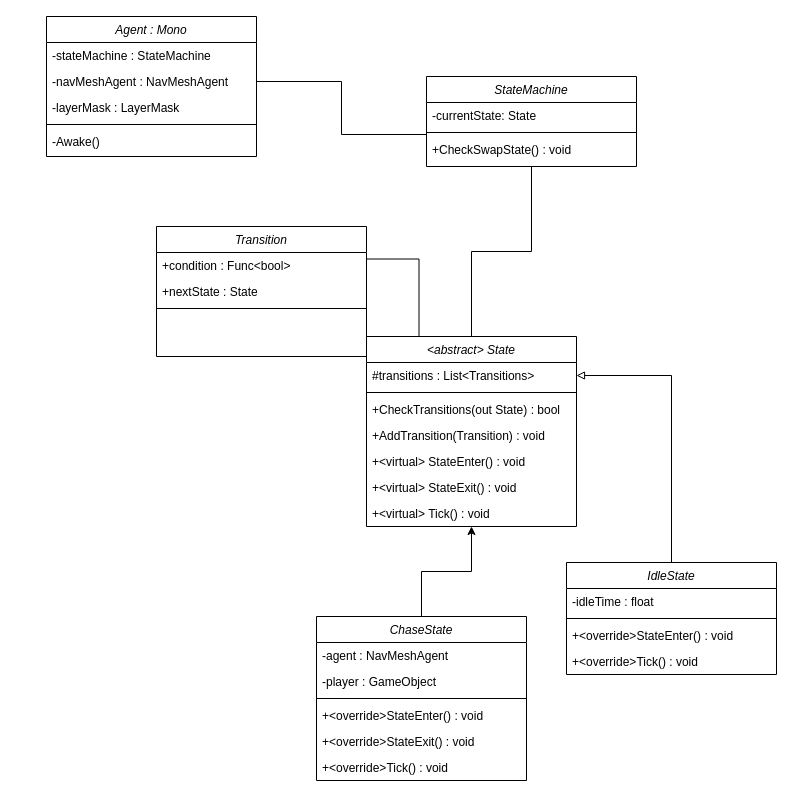
Before: KIProjektKlasseDiagram.drawio in RDMJoker/LL_Semester2_Project, a draw.io diagram. Source tidied: cells renumbered, new cells numbered last; positions are measured from the earlier drawing's top-left corner, leaving out a move shared by most shapes. Both pictures are drawn from the tidied source at 100%, with x=0, y=0 at pixel (46, 16).
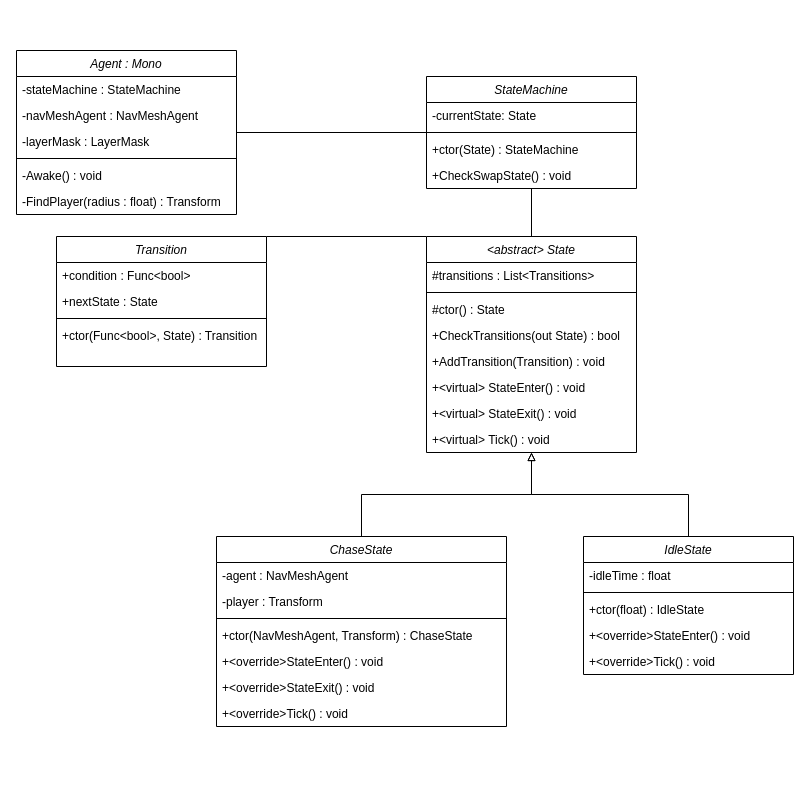
Above is the later version.

Unchanged cells that the change refers to:
```xml
<mxCell id="19" value="#transitions : List&lt;Transitions&gt;" style="text;align=left;verticalAlign=top;spacingLeft=4;spacingRight=4;overflow=hidden;points=[[0,0.5],[1,0.5]];portConstraint=eastwest;" parent="18" vertex="1">
  <mxGeometry y="26" width="210" height="26" as="geometry" />
</mxCell>
```

Change to the diagram source:
```diff
@@
+    <mxCell id="41" style="edgeStyle=orthogonalEdgeStyle;rounded=0;jettySize=auto;html=1;endArrow=none;endFill=0;" parent="1" edge="1" source="2" target="14">
+      <mxGeometry relative="1" as="geometry" />
+    </mxCell>
     <mxCell id="2" value="Agent : Mono" style="swimlane;fontStyle=2;align=center;verticalAlign=top;horizontal=1;startSize=26;rounded=0;shadow=0;strokeWidth=1;" parent="1" vertex="1">
-      <mxGeometry width="210" height="140" as="geometry" />
+      <mxGeometry x="-30" y="34" width="220" height="164" as="geometry" />
     </mxCell>
     <mxCell id="3" value="-stateMachine : StateMachine" style="text;align=left;verticalAlign=top;spacingLeft=4;spacingRight=4;overflow=hidden;" parent="2" vertex="1">
-      <mxGeometry y="26" width="210" height="26" as="geometry" />
+      <mxGeometry y="26" width="220" height="26" as="geometry" />
     </mxCell>
     <mxCell id="4" value="-navMeshAgent : NavMeshAgent" style="text;align=left;verticalAlign=top;spacingLeft=4;spacingRight=4;overflow=hidden;points=[[0,0.5],[1,0.5]];portConstraint=eastwest;" parent="2" vertex="1">
-      <mxGeometry y="52" width="210" height="26" as="geometry" />
+      <mxGeometry y="52" width="220" height="26" as="geometry" />
     </mxCell>
     <mxCell id="5" value="-layerMask : LayerMask" style="text;align=left;verticalAlign=top;spacingLeft=4;spacingRight=4;overflow=hidden;" parent="2" vertex="1">
-      <mxGeometry y="78" width="210" height="26" as="geometry" />
+      <mxGeometry y="78" width="220" height="26" as="geometry" />
     </mxCell>
     <mxCell id="6" style="line;html=1;strokeWidth=1;align=left;verticalAlign=middle;spacingTop=-1;spacingLeft=3;spacingRight=3;labelPosition=right;" parent="2" vertex="1">
-      <mxGeometry y="104" width="210" height="8" as="geometry" />
+      <mxGeometry y="104" width="220" height="8" as="geometry" />
     </mxCell>
-    <mxCell id="7" value="-Awake()&#10;" style="text;align=left;verticalAlign=top;spacingLeft=4;spacingRight=4;overflow=hidden;" parent="2" vertex="1">
-      <mxGeometry y="112" width="210" height="26" as="geometry" />
+    <mxCell id="7" value="-Awake() : void" style="text;align=left;verticalAlign=top;spacingLeft=4;spacingRight=4;overflow=hidden;" parent="2" vertex="1">
+      <mxGeometry y="112" width="220" height="26" as="geometry" />
     </mxCell>
+    <mxCell id="42" value="-FindPlayer(radius : float) : Transform" style="text;align=left;verticalAlign=top;spacingLeft=4;spacingRight=4;overflow=hidden;" parent="2" vertex="1">
+      <mxGeometry y="138" width="220" height="26" as="geometry" />
+    </mxCell>
-    <mxCell id="8" style="edgeStyle=orthogonalEdgeStyle;rounded=0;jettySize=auto;html=1;exitX=1;exitY=0.25;exitDx=0;exitDy=0;entryX=0.25;entryY=0;entryDx=0;entryDy=0;endArrow=none;endFill=0;" parent="1" edge="1" source="9" target="18">
+    <mxCell id="8" style="rounded=0;jettySize=auto;html=1;exitX=1;exitY=0;exitDx=0;exitDy=0;endArrow=none;endFill=0;entryX=0;entryY=0;entryDx=0;entryDy=0;" parent="1" edge="1" source="9" target="18">
       <mxGeometry relative="1" as="geometry" />
     </mxCell>
     <mxCell id="9" value="Transition" style="swimlane;fontStyle=2;align=center;verticalAlign=top;horizontal=1;startSize=26;rounded=0;shadow=0;strokeWidth=1;" parent="1" vertex="1">
-      <mxGeometry x="110" y="210" width="210" height="130" as="geometry" />
+      <mxGeometry x="10" y="220" width="210" height="130" as="geometry" />
     </mxCell>
@@
+    <mxCell id="43" value="+ctor(Func&lt;bool&gt;, State) : Transition " style="text;align=left;verticalAlign=top;spacingLeft=4;spacingRight=4;overflow=hidden;" parent="9" vertex="1">
+      <mxGeometry y="86" width="210" height="26" as="geometry" />
+    </mxCell>
@@
     <mxCell id="14" value="StateMachine" style="swimlane;fontStyle=2;align=center;verticalAlign=top;horizontal=1;startSize=26;rounded=0;shadow=0;strokeWidth=1;" parent="1" vertex="1">
-      <mxGeometry x="380" y="60" width="210" height="90" as="geometry" />
+      <mxGeometry x="380" y="60" width="210" height="112" as="geometry" />
     </mxCell>
@@
-    <mxCell id="17" value="+CheckSwapState() : void" style="text;align=left;verticalAlign=top;spacingLeft=4;spacingRight=4;overflow=hidden;points=[[0,0.5],[1,0.5]];portConstraint=eastwest;" parent="14" vertex="1">
+    <mxCell id="17" value="+ctor(State) : StateMachine" style="text;align=left;verticalAlign=top;spacingLeft=4;spacingRight=4;overflow=hidden;points=[[0,0.5],[1,0.5]];portConstraint=eastwest;" parent="14" vertex="1">
       <mxGeometry y="60" width="210" height="26" as="geometry" />
     </mxCell>
+    <mxCell id="44" value="+CheckSwapState() : void" style="text;align=left;verticalAlign=top;spacingLeft=4;spacingRight=4;overflow=hidden;" parent="14" vertex="1">
+      <mxGeometry y="86" width="210" height="26" as="geometry" />
+    </mxCell>
     <mxCell id="18" value="&lt;abstract&gt; State" style="swimlane;fontStyle=2;align=center;verticalAlign=top;horizontal=1;startSize=26;rounded=0;shadow=0;strokeWidth=1;" parent="1" vertex="1">
-      <mxGeometry x="320" y="320" width="210" height="190" as="geometry" />
+      <mxGeometry x="380" y="220" width="210" height="216" as="geometry" />
     </mxCell>
@@
-    <mxCell id="21" value="+CheckTransitions(out State) : bool" style="text;align=left;verticalAlign=top;spacingLeft=4;spacingRight=4;overflow=hidden;" parent="18" vertex="1">
+    <mxCell id="21" value="#ctor() : State" style="text;align=left;verticalAlign=top;spacingLeft=4;spacingRight=4;overflow=hidden;" parent="18" vertex="1">
       <mxGeometry y="60" width="210" height="26" as="geometry" />
     </mxCell>
+    <mxCell id="45" value="+CheckTransitions(out State) : bool" style="text;align=left;verticalAlign=top;spacingLeft=4;spacingRight=4;overflow=hidden;" parent="18" vertex="1">
+      <mxGeometry y="86" width="210" height="26" as="geometry" />
+    </mxCell>
     <mxCell id="22" value="+AddTransition(Transition) : void" style="text;align=left;verticalAlign=top;spacingLeft=4;spacingRight=4;overflow=hidden;" parent="18" vertex="1">
-      <mxGeometry y="86" width="210" height="26" as="geometry" />
+      <mxGeometry y="112" width="210" height="26" as="geometry" />
     </mxCell>
     <mxCell id="23" value="+&lt;virtual&gt; StateEnter() : void" style="text;align=left;verticalAlign=top;spacingLeft=4;spacingRight=4;overflow=hidden;" parent="18" vertex="1">
-      <mxGeometry y="112" width="210" height="26" as="geometry" />
+      <mxGeometry y="138" width="210" height="26" as="geometry" />
     </mxCell>
     <mxCell id="24" value="+&lt;virtual&gt; StateExit() : void" style="text;align=left;verticalAlign=top;spacingLeft=4;spacingRight=4;overflow=hidden;" parent="18" vertex="1">
-      <mxGeometry y="138" width="210" height="26" as="geometry" />
+      <mxGeometry y="164" width="210" height="26" as="geometry" />
     </mxCell>
     <mxCell id="25" value="+&lt;virtual&gt; Tick() : void" style="text;align=left;verticalAlign=top;spacingLeft=4;spacingRight=4;overflow=hidden;" parent="18" vertex="1">
-      <mxGeometry y="164" width="210" height="26" as="geometry" />
+      <mxGeometry y="190" width="210" height="26" as="geometry" />
     </mxCell>
-    <mxCell id="26" style="edgeStyle=orthogonalEdgeStyle;rounded=0;jettySize=auto;html=1;exitX=1;exitY=0.5;exitDx=0;exitDy=0;entryX=0;entryY=-0.077;entryDx=0;entryDy=0;entryPerimeter=0;endArrow=none;endFill=0;" parent="1" edge="1" source="4" target="17">
-      <mxGeometry relative="1" as="geometry" />
-    </mxCell>
-    <mxCell id="27" style="edgeStyle=orthogonalEdgeStyle;rounded=0;jettySize=auto;html=1;exitX=0.5;exitY=0;exitDx=0;exitDy=0;" parent="1" edge="1" source="28" target="18">
+    <mxCell id="27" style="edgeStyle=orthogonalEdgeStyle;rounded=0;jettySize=auto;html=1;exitX=0.5;exitY=0;exitDx=0;exitDy=0;endArrow=block;endFill=0;" parent="1" edge="1" source="28" target="18">
       <mxGeometry relative="1" as="geometry" />
     </mxCell>
     <mxCell id="28" value="ChaseState" style="swimlane;fontStyle=2;align=center;verticalAlign=top;horizontal=1;startSize=26;rounded=0;shadow=0;strokeWidth=1;" parent="1" vertex="1">
-      <mxGeometry x="270" y="600" width="210" height="164" as="geometry" />
+      <mxGeometry x="170" y="520" width="290" height="190" as="geometry" />
     </mxCell>
     <mxCell id="29" value="-agent : NavMeshAgent" style="text;align=left;verticalAlign=top;spacingLeft=4;spacingRight=4;overflow=hidden;" parent="28" vertex="1">
-      <mxGeometry y="26" width="210" height="26" as="geometry" />
+      <mxGeometry y="26" width="290" height="26" as="geometry" />
     </mxCell>
-    <mxCell id="30" value="-player : GameObject" style="text;align=left;verticalAlign=top;spacingLeft=4;spacingRight=4;overflow=hidden;" parent="28" vertex="1">
-      <mxGeometry y="52" width="210" height="26" as="geometry" />
+    <mxCell id="30" value="-player : Transform" style="text;align=left;verticalAlign=top;spacingLeft=4;spacingRight=4;overflow=hidden;" parent="28" vertex="1">
+      <mxGeometry y="52" width="290" height="26" as="geometry" />
     </mxCell>
     <mxCell id="31" style="line;html=1;strokeWidth=1;align=left;verticalAlign=middle;spacingTop=-1;spacingLeft=3;spacingRight=3;labelPosition=right;" parent="28" vertex="1">
-      <mxGeometry y="78" width="210" height="8" as="geometry" />
+      <mxGeometry y="78" width="290" height="8" as="geometry" />
     </mxCell>
-    <mxCell id="32" value="+&lt;override&gt;StateEnter() : void" style="text;align=left;verticalAlign=top;spacingLeft=4;spacingRight=4;overflow=hidden;" parent="28" vertex="1">
-      <mxGeometry y="86" width="210" height="26" as="geometry" />
+    <mxCell id="32" value="+ctor(NavMeshAgent, Transform) : ChaseState" style="text;align=left;verticalAlign=top;spacingLeft=4;spacingRight=4;overflow=hidden;" parent="28" vertex="1">
+      <mxGeometry y="86" width="290" height="26" as="geometry" />
     </mxCell>
+    <mxCell id="46" value="+&lt;override&gt;StateEnter() : void" style="text;align=left;verticalAlign=top;spacingLeft=4;spacingRight=4;overflow=hidden;" parent="28" vertex="1">
+      <mxGeometry y="112" width="290" height="26" as="geometry" />
+    </mxCell>
     <mxCell id="33" value="+&lt;override&gt;StateExit() : void" style="text;align=left;verticalAlign=top;spacingLeft=4;spacingRight=4;overflow=hidden;" parent="28" vertex="1">
-      <mxGeometry y="112" width="210" height="26" as="geometry" />
+      <mxGeometry y="138" width="290" height="26" as="geometry" />
     </mxCell>
     <mxCell id="34" value="+&lt;override&gt;Tick() : void" style="text;align=left;verticalAlign=top;spacingLeft=4;spacingRight=4;overflow=hidden;" parent="28" vertex="1">
-      <mxGeometry y="138" width="210" height="26" as="geometry" />
+      <mxGeometry y="164" width="290" height="26" as="geometry" />
     </mxCell>
-    <mxCell id="35" style="edgeStyle=orthogonalEdgeStyle;rounded=0;jettySize=auto;html=1;exitX=0.5;exitY=0;exitDx=0;exitDy=0;entryX=1;entryY=0.5;entryDx=0;entryDy=0;endArrow=block;endFill=0;" parent="1" edge="1" source="36" target="19">
-      <mxGeometry relative="1" as="geometry" />
-    </mxCell>
+    <mxCell id="47" style="edgeStyle=orthogonalEdgeStyle;rounded=0;jettySize=auto;html=1;exitX=0.5;exitY=0;exitDx=0;exitDy=0;endArrow=block;endFill=0;" parent="1" edge="1" source="36" target="18">
+      <mxGeometry relative="1" as="geometry" />
+    </mxCell>
     <mxCell id="36" value="IdleState" style="swimlane;fontStyle=2;align=center;verticalAlign=top;horizontal=1;startSize=26;rounded=0;shadow=0;strokeWidth=1;" parent="1" vertex="1">
-      <mxGeometry x="520" y="546" width="210" height="112" as="geometry" />
+      <mxGeometry x="537" y="520" width="210" height="138" as="geometry" />
     </mxCell>
@@
-    <mxCell id="39" value="+&lt;override&gt;StateEnter() : void" style="text;align=left;verticalAlign=top;spacingLeft=4;spacingRight=4;overflow=hidden;" parent="36" vertex="1">
+    <mxCell id="39" value="+ctor(float) : IdleState" style="text;align=left;verticalAlign=top;spacingLeft=4;spacingRight=4;overflow=hidden;" parent="36" vertex="1">
       <mxGeometry y="60" width="210" height="26" as="geometry" />
     </mxCell>
+    <mxCell id="48" value="+&lt;override&gt;StateEnter() : void" style="text;align=left;verticalAlign=top;spacingLeft=4;spacingRight=4;overflow=hidden;" parent="36" vertex="1">
+      <mxGeometry y="86" width="210" height="26" as="geometry" />
+    </mxCell>
     <mxCell id="40" value="+&lt;override&gt;Tick() : void" style="text;align=left;verticalAlign=top;spacingLeft=4;spacingRight=4;overflow=hidden;" parent="36" vertex="1">
-      <mxGeometry y="86" width="210" height="26" as="geometry" />
+      <mxGeometry y="112" width="210" height="26" as="geometry" />
     </mxCell>
```
